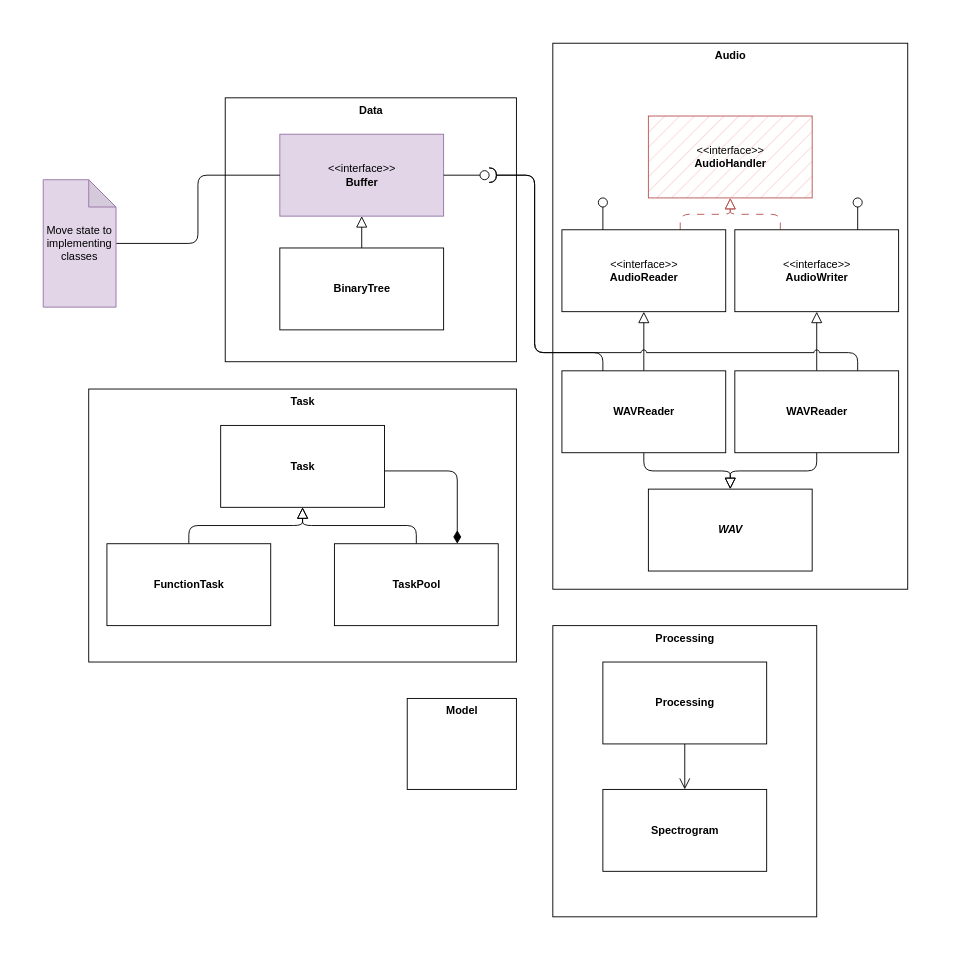
Earlier version of the draw.io diagram misc/Target_Arch/components.drawio (rnash-01/voice-to-voice). Source tidied: cells renumbered, new cells numbered last; positions are measured from the earlier drawing's top-left corner, leaving out a move shared by most shapes. Both pictures are drawn from the tidied source at 91%, with x=0, y=0 at pixel (43, 43).
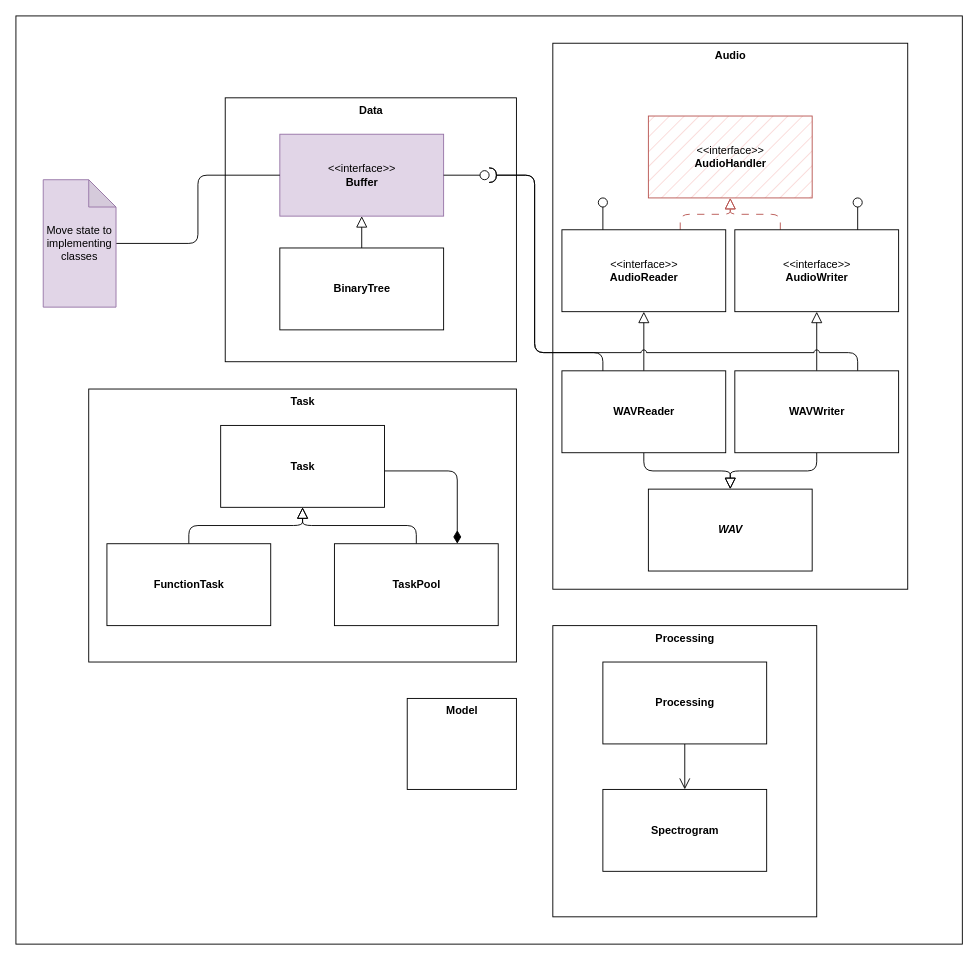
Above is the later version.

Commit message (it also covers changes not shown here):
Update target arch diagram

Change to the diagram source:
```diff
@@
+    <mxCell id="41" style="rounded=0;whiteSpace=wrap;html=1;" parent="1" vertex="1">
+      <mxGeometry x="-30" y="-30" width="1040" height="1020" as="geometry" />
+    </mxCell>
@@
-    <mxCell id="18" value="&lt;b&gt;WAVReader&lt;/b&gt;" style="html=1;" parent="1" vertex="1">
+    <mxCell id="18" value="&lt;b&gt;WAVWriter&lt;/b&gt;" style="html=1;" parent="1" vertex="1">
       <mxGeometry x="760" y="360" width="180" height="90" as="geometry" />
     </mxCell>
```
